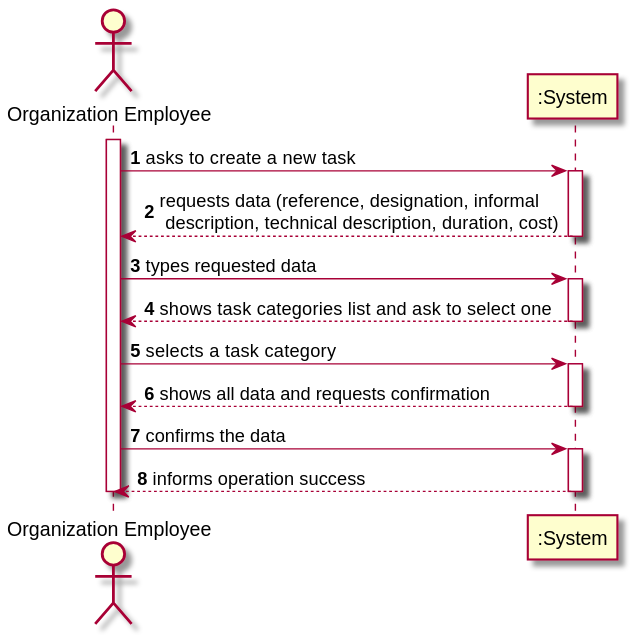
This is docs/SprintB/US13/SSD/US13_SSD.svg from miseEnPlace-i/lapr2, a PlantUML export, as it was before one commit. Source of this version:
```plantuml
@startuml
autonumber
actor "Organization Employee" as OE

activate OE
OE -> ":System" : asks to create a new task
activate ":System"
":System" --> OE : requests data (reference, designation,  informal \n description, technical description, duration, cost)
deactivate ":System"

OE -> ":System" : types requested data
activate ":System"
":System" --> OE : shows task categories list and ask to select one
deactivate ":System"

OE -> ":System" : selects a task category
activate ":System"
":System" --> OE : shows all data and requests confirmation
deactivate ":System"

OE -> ":System" : confirms the data
activate ":System"
":System" --> OE : informs operation success
deactivate ":System"

deactivate OE

@enduml
```
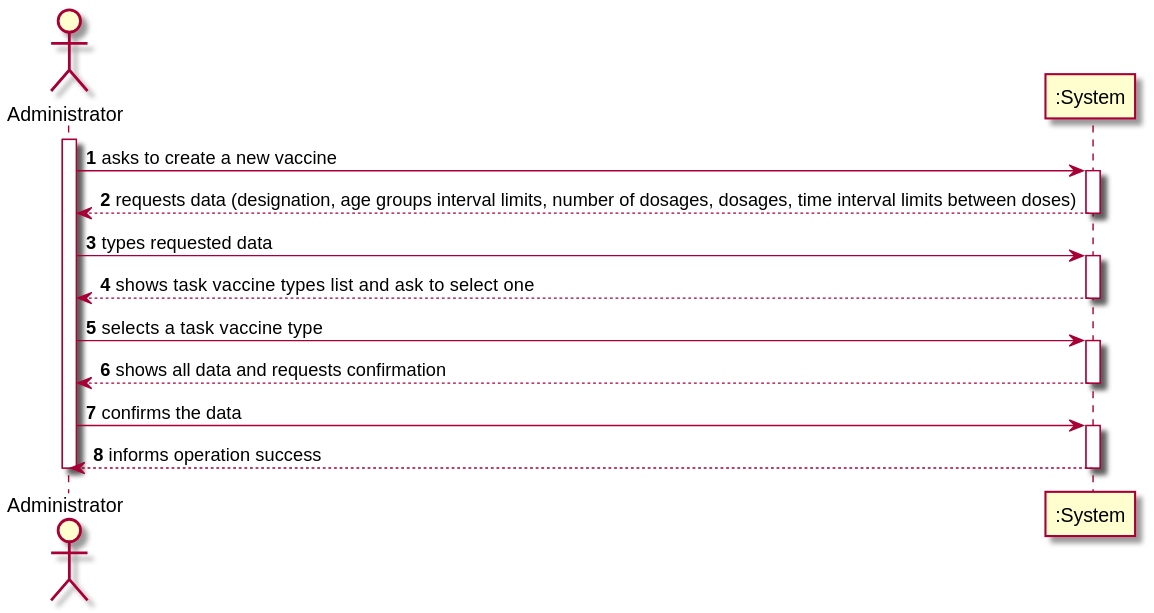
Later version of the same file.

The edit, as a diff of the source:
```diff
@@ -1,19 +1,19 @@
 @startuml
 autonumber
-actor "Organization Employee" as OE
+actor "Administrator" as OE
 
 activate OE
-OE -> ":System" : asks to create a new task
+OE -> ":System" : asks to create a new vaccine
 activate ":System"
-":System" --> OE : requests data (reference, designation,  informal \n description, technical description, duration, cost)
+":System" --> OE : requests data (designation, age groups interval limits, number of dosages, dosages, time interval limits between doses)
 deactivate ":System"
 
 OE -> ":System" : types requested data
 activate ":System"
-":System" --> OE : shows task categories list and ask to select one
+":System" --> OE : shows task vaccine types list and ask to select one
 deactivate ":System"
 
-OE -> ":System" : selects a task category
+OE -> ":System" : selects a task vaccine type
 activate ":System"
 ":System" --> OE : shows all data and requests confirmation
 deactivate ":System"
```
